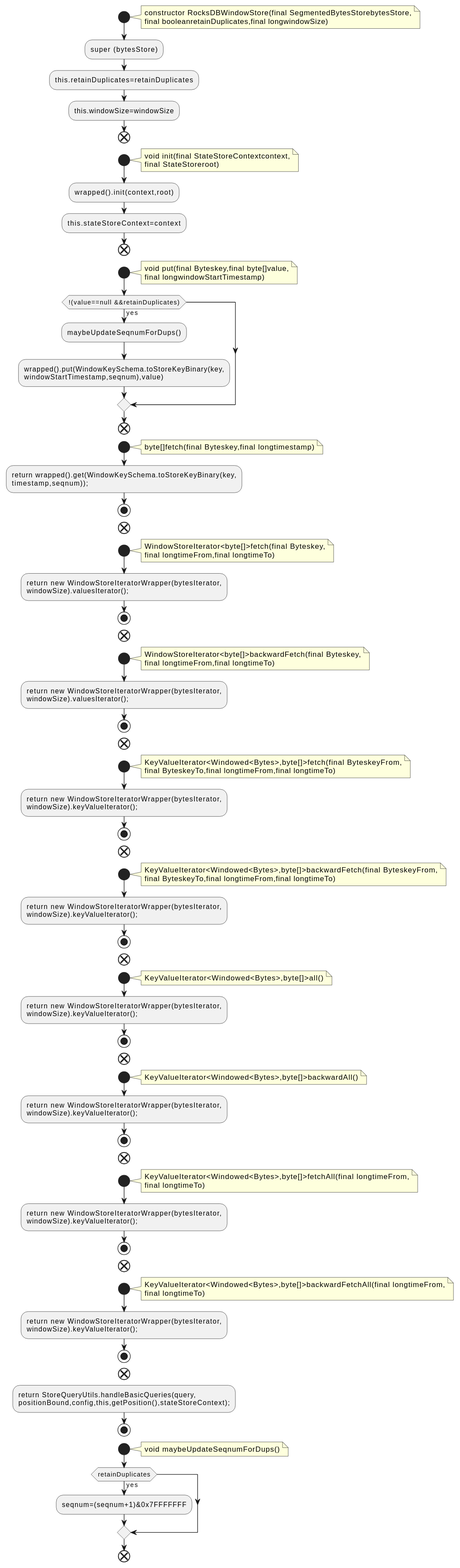
Above: docs/qc/streams/src/main/java/org/apache/kafka/streams/state/internals/RocksDBWindowStore.java.fct.svg in qualitesys/kafka (PlantUML), before the change.
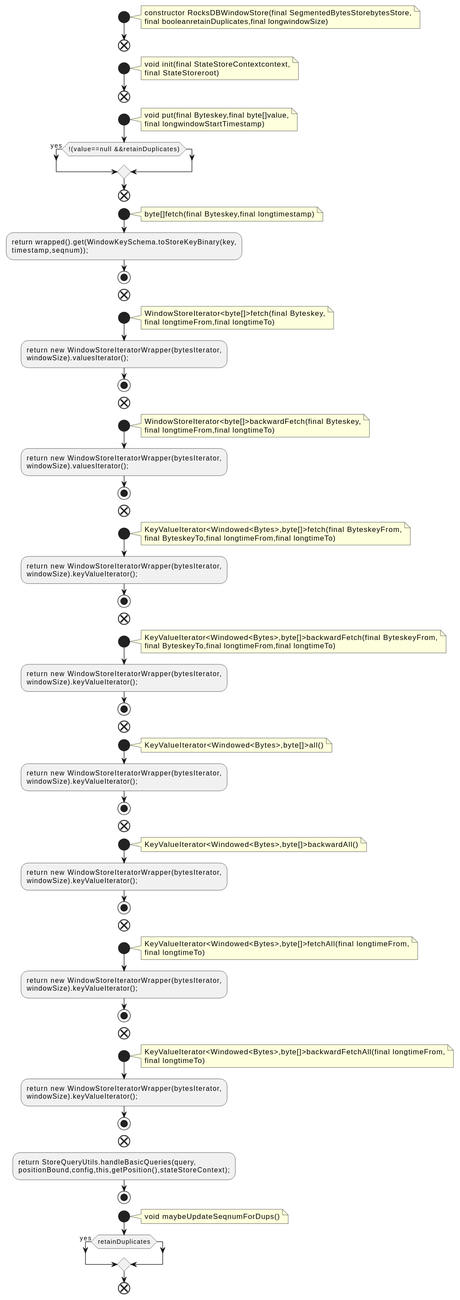
Above is the later version.

The edit, as a diff of the source:
```diff
@@ -5,17 +5,12 @@
 constructor RocksDBWindowStore(final SegmentedBytesStorebytesStore,
 final booleanretainDuplicates,final longwindowSize)
 end note
-:super (bytesStore);
-:this.retainDuplicates=retainDuplicates;
-:this.windowSize=windowSize;
 end
 start
 note right
 void init(final StateStoreContextcontext,
 final StateStoreroot)
 end note
-:wrapped().init(context,root);
-:this.stateStoreContext=context;
 end
 start
 note right
@@ -23,9 +18,6 @@
 final longwindowStartTimestamp)
 end note
 if (!(value==null &&retainDuplicates)) then (yes)
-:maybeUpdateSeqnumForDups();
-:wrapped().put(WindowKeySchema.toStoreKeyBinary(key,
-windowStartTimestamp,seqnum),value);
 endif
 end
 start
@@ -114,7 +106,6 @@
 void maybeUpdateSeqnumForDups()
 end note
 if (retainDuplicates) then (yes)
-:seqnum=(seqnum+1)&0x7FFFFFFF;
 endif
 end
 @enduml
```
